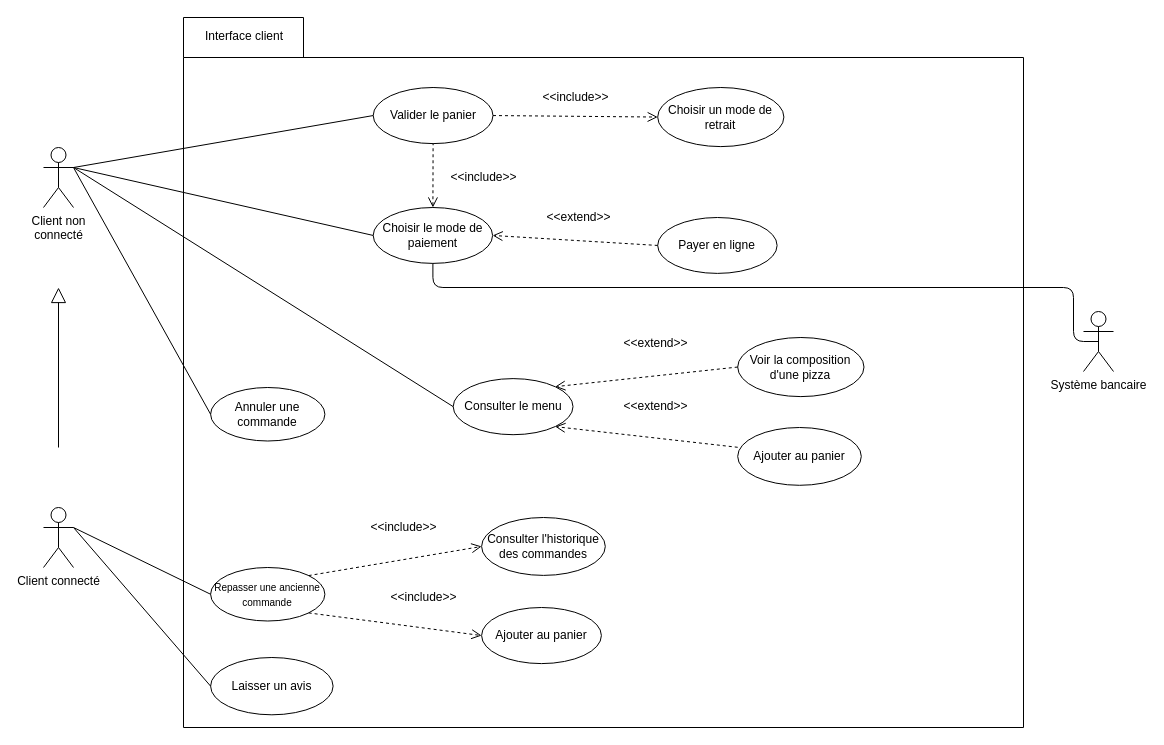
This is Interface client.drawio from damien-devpy/OC-P4, a draw.io file, before an edit. Source tidied: cells renumbered, new cells numbered last; positions are measured from the earlier drawing's top-left corner, leaving out a move shared by most shapes. Both pictures are drawn from the tidied source at 100%, with x=0, y=0 at pixel (43, 17).
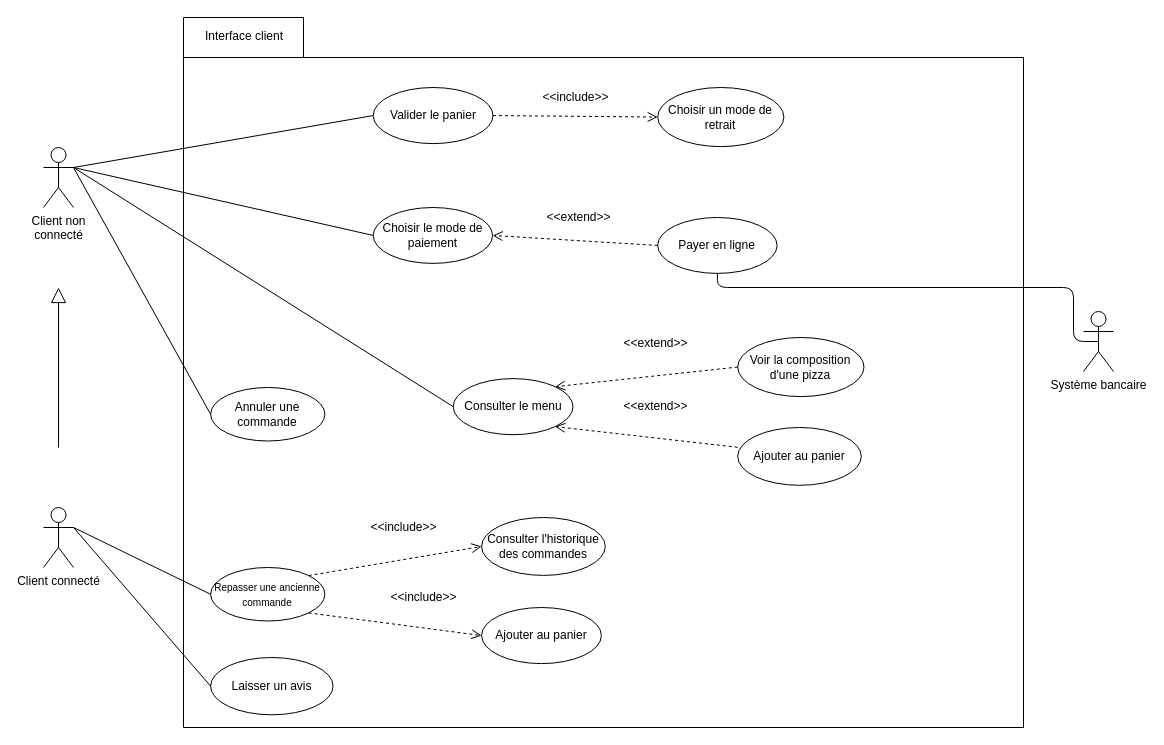
After the change.

Unchanged cells that the change refers to:
```xml
<mxCell id="2" style="group;" parent="1" vertex="1">
  <mxGeometry x="140" width="840" height="710" as="geometry" />
</mxCell>
<mxCell id="5" value="&lt;div&gt;Payer en ligne&lt;/div&gt;" style="ellipse;whiteSpace=wrap;html=1;fillColor=none;" parent="2" vertex="1">
  <mxGeometry x="474.2" y="200" width="119.4" height="55.9" as="geometry" />
</mxCell>
<mxCell id="8" value="Choisir le mode de paiement" style="ellipse;whiteSpace=wrap;html=1;fillColor=none;" parent="2" vertex="1">
  <mxGeometry x="189.7" y="190" width="119.4" height="55.9" as="geometry" />
</mxCell>
<mxCell id="15" value="&lt;div&gt;Valider le panier&lt;/div&gt;" style="ellipse;whiteSpace=wrap;html=1;fillColor=none;" parent="2" vertex="1">
  <mxGeometry x="189.7" y="70" width="119.8" height="56.1" as="geometry" />
</mxCell>
<mxCell id="40" value="Système bancaire" style="shape=umlActor;verticalLabelPosition=bottom;labelBackgroundColor=#ffffff;verticalAlign=top;html=1;outlineConnect=0;" parent="1" vertex="1">
  <mxGeometry x="1040" y="294" width="30" height="60" as="geometry" />
</mxCell>
```

What changed in the source:
```diff
@@
-    <mxCell id="30" style="endArrow=none;dashed=1;html=1;entryX=0.5;entryY=1;entryDx=0;entryDy=0;exitX=0.5;exitY=0;exitDx=0;exitDy=0;endFill=0;startArrow=open;startFill=0;startSize=8;endSize=8;" parent="2" edge="1" source="8" target="15">
-      <mxGeometry relative="1" as="geometry" />
-    </mxCell>
-    <mxCell id="31" value="&amp;lt;&amp;lt;include&amp;gt;&amp;gt;" style="text;html=1;align=center;verticalAlign=middle;" parent="2" vertex="1">
-      <mxGeometry x="260" y="150" width="80" height="20" as="geometry" />
-    </mxCell>
@@
-    <mxCell id="41" style="endArrow=none;html=1;entryX=0.5;entryY=1;entryDx=0;entryDy=0;exitX=0.5;exitY=0.5;exitDx=0;exitDy=0;exitPerimeter=0;edgeStyle=orthogonalEdgeStyle;" parent="1" edge="1" source="40" target="8">
+    <mxCell id="41" style="endArrow=none;html=1;entryX=0.5;entryY=1;entryDx=0;entryDy=0;exitX=0.5;exitY=0.5;exitDx=0;exitDy=0;exitPerimeter=0;edgeStyle=orthogonalEdgeStyle;" parent="1" edge="1" source="40" target="5">
       <mxGeometry relative="1" as="geometry">
         <Array as="points">
           <mxPoint x="1030" y="324" />
           <mxPoint x="1030" y="270" />
-          <mxPoint x="389" y="270" />
+          <mxPoint x="674" y="270" />
         </Array>
       </mxGeometry>
     </mxCell>
```
